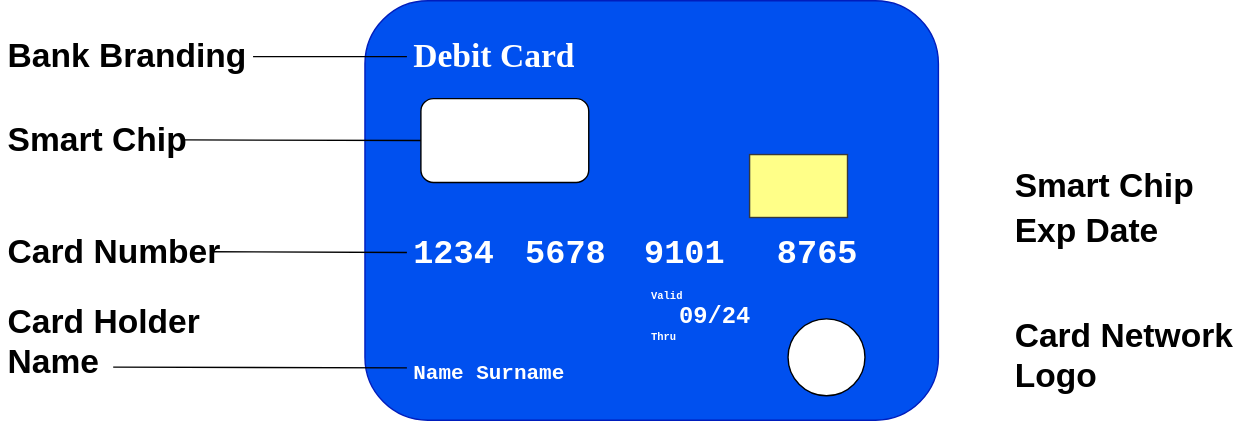
This is Work Samples/WF/DebitCard.drawio.svg from uchiharizvi/design-diagrams, a draw.io export, as it was before one commit. Source tidied: cells renumbered, new cells last; positions are measured from the earlier drawing's top-left corner, leaving out a move shared by most shapes.
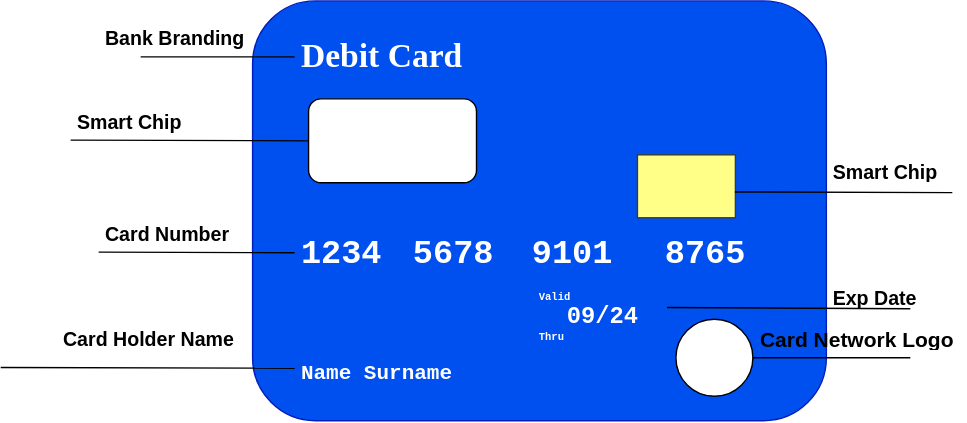
The same diagram one commit later.

Change to the diagram source:
```diff
@@ -32,23 +32,23 @@
     <mxCell id="11" style="rounded=0;whiteSpace=wrap;html=1;fillColor=#ffff88;strokeColor=#36393d;" parent="1" vertex="1">
       <mxGeometry x="535" y="110" width="70" height="45" as="geometry" />
     </mxCell>
-    <mxCell id="12" value="&lt;h1&gt;Bank Branding&lt;/h1&gt;" style="text;html=1;spacing=5;spacingTop=-20;whiteSpace=wrap;overflow=hidden;rounded=0;" parent="1" vertex="1">
-      <mxGeometry y="20" width="180" height="40" as="geometry" />
+    <mxCell id="12" value="&lt;h1 style=&quot;font-size: 14px;&quot;&gt;Bank Branding&lt;/h1&gt;" style="text;html=1;spacing=5;spacingTop=-20;whiteSpace=wrap;overflow=hidden;rounded=0;fontSize=14;" parent="1" vertex="1">
+      <mxGeometry x="150" y="20" width="180" height="20" as="geometry" />
     </mxCell>
-    <mxCell id="13" value="&lt;h1&gt;Smart Chip&lt;/h1&gt;" style="text;html=1;spacing=5;spacingTop=-20;whiteSpace=wrap;overflow=hidden;rounded=0;" parent="1" vertex="1">
-      <mxGeometry y="80" width="180" height="40" as="geometry" />
+    <mxCell id="13" value="&lt;h1 style=&quot;font-size: 14px;&quot;&gt;Smart Chip&lt;/h1&gt;" style="text;html=1;spacing=5;spacingTop=-20;whiteSpace=wrap;overflow=hidden;rounded=0;fontSize=14;" parent="1" vertex="1">
+      <mxGeometry x="130" y="80" width="90" height="20" as="geometry" />
     </mxCell>
-    <mxCell id="14" value="&lt;h1&gt;Card Number&lt;/h1&gt;" style="text;html=1;spacing=5;spacingTop=-20;whiteSpace=wrap;overflow=hidden;rounded=0;" parent="1" vertex="1">
-      <mxGeometry y="160" width="180" height="40" as="geometry" />
+    <mxCell id="14" value="&lt;h1 style=&quot;font-size: 14px;&quot;&gt;Card Number&lt;/h1&gt;" style="text;html=1;spacing=5;spacingTop=-20;whiteSpace=wrap;overflow=hidden;rounded=0;fontSize=14;" parent="1" vertex="1">
+      <mxGeometry x="150" y="160" width="120" height="20" as="geometry" />
     </mxCell>
-    <mxCell id="15" value="&lt;h1&gt;Card Holder Name&lt;/h1&gt;" style="text;html=1;spacing=5;spacingTop=-20;whiteSpace=wrap;overflow=hidden;rounded=0;" parent="1" vertex="1">
-      <mxGeometry y="210" width="180" height="60" as="geometry" />
+    <mxCell id="15" value="&lt;h1 style=&quot;font-size: 14px;&quot;&gt;Card Holder Name&lt;/h1&gt;" style="text;html=1;spacing=5;spacingTop=-20;whiteSpace=wrap;overflow=hidden;rounded=0;fontSize=14;" parent="1" vertex="1">
+      <mxGeometry x="120" y="235" width="140" height="20" as="geometry" />
     </mxCell>
-    <mxCell id="16" value="&lt;h1&gt;Smart Chip&lt;/h1&gt;" style="text;html=1;spacing=5;spacingTop=-20;whiteSpace=wrap;overflow=hidden;rounded=0;" parent="1" vertex="1">
-      <mxGeometry x="720" y="112.5" width="180" height="40" as="geometry" />
+    <mxCell id="16" value="&lt;h1&gt;&lt;font style=&quot;font-size: 14px;&quot;&gt;Smart Chip&lt;/font&gt;&lt;/h1&gt;" style="text;html=1;spacing=5;spacingTop=-20;whiteSpace=wrap;overflow=hidden;rounded=0;" parent="1" vertex="1">
+      <mxGeometry x="670" y="100" width="90" height="30" as="geometry" />
     </mxCell>
-    <mxCell id="17" value="&lt;h1&gt;Card Network Logo&lt;/h1&gt;" style="text;html=1;spacing=5;spacingTop=-20;whiteSpace=wrap;overflow=hidden;rounded=0;" parent="1" vertex="1">
-      <mxGeometry x="720" y="220" width="180" height="70" as="geometry" />
+    <mxCell id="17" value="&lt;h1&gt;&lt;font style=&quot;font-size: 15px;&quot;&gt;Card Network Logo&lt;/font&gt;&lt;/h1&gt;" style="text;html=1;spacing=5;spacingTop=-20;whiteSpace=wrap;overflow=hidden;rounded=0;" parent="1" vertex="1">
+      <mxGeometry x="617.5" y="220" width="152.5" height="30" as="geometry" />
     </mxCell>
     <mxCell id="18" value="&lt;h1&gt;&lt;font color=&quot;#ffffff&quot; style=&quot;font-size: 9px;&quot; face=&quot;Courier New&quot;&gt;&lt;sup style=&quot;&quot;&gt;Valid&lt;br style=&quot;font-size: 9px;&quot;&gt;Thru&lt;/sup&gt;&lt;/font&gt;&lt;/h1&gt;" style="text;html=1;spacing=5;spacingTop=-20;whiteSpace=wrap;overflow=hidden;rounded=0;" parent="1" vertex="1">
       <mxGeometry x="460" y="190" width="50" height="60" as="geometry" />
@@ -56,8 +56,8 @@
     <mxCell id="19" value="&lt;h1&gt;&lt;font style=&quot;font-size: 17px;&quot; face=&quot;Courier New&quot; color=&quot;#ffffff&quot;&gt;09/24&lt;/font&gt;&lt;/h1&gt;" style="text;html=1;spacing=5;spacingTop=-20;whiteSpace=wrap;overflow=hidden;rounded=0;" parent="1" vertex="1">
       <mxGeometry x="480" y="202.5" width="77.5" height="40" as="geometry" />
     </mxCell>
-    <mxCell id="20" value="&lt;h1&gt;Exp Date&lt;/h1&gt;" style="text;html=1;spacing=5;spacingTop=-20;whiteSpace=wrap;overflow=hidden;rounded=0;" parent="1" vertex="1">
-      <mxGeometry x="720" y="145" width="180" height="70" as="geometry" />
+    <mxCell id="20" value="&lt;h1&gt;&lt;font style=&quot;font-size: 14px;&quot;&gt;Exp Date&lt;/font&gt;&lt;/h1&gt;" style="text;html=1;spacing=5;spacingTop=-20;whiteSpace=wrap;overflow=hidden;rounded=0;" parent="1" vertex="1">
+      <mxGeometry x="670" y="190" width="75" height="30" as="geometry" />
     </mxCell>
     <mxCell id="21" style="endArrow=none;html=1;rounded=0;entryX=0;entryY=0.5;entryDx=0;entryDy=0;" parent="1" edge="1" target="3">
       <mxGeometry relative="1" as="geometry">
@@ -79,5 +79,20 @@
         <mxPoint x="80" y="262" as="sourcePoint" />
       </mxGeometry>
     </mxCell>
+    <mxCell id="25" style="endArrow=none;html=1;rounded=0;exitX=0.995;exitY=0.59;exitDx=0;exitDy=0;exitPerimeter=0;" parent="1" edge="1" source="11">
+      <mxGeometry relative="1" as="geometry">
+        <mxPoint x="760" y="137" as="targetPoint" />
+      </mxGeometry>
+    </mxCell>
+    <mxCell id="26" style="endArrow=none;html=1;rounded=0;exitX=0.982;exitY=0.415;exitDx=0;exitDy=0;exitPerimeter=0;" parent="1" edge="1" source="19">
+      <mxGeometry relative="1" as="geometry">
+        <mxPoint x="730" y="220" as="targetPoint" />
+      </mxGeometry>
+    </mxCell>
+    <mxCell id="27" style="endArrow=none;html=1;rounded=0;exitX=1;exitY=0.5;exitDx=0;exitDy=0;" parent="1" edge="1" source="10">
+      <mxGeometry relative="1" as="geometry">
+        <mxPoint x="730" y="255" as="targetPoint" />
+      </mxGeometry>
+    </mxCell>
   </root>
 </mxGraphModel>
```
